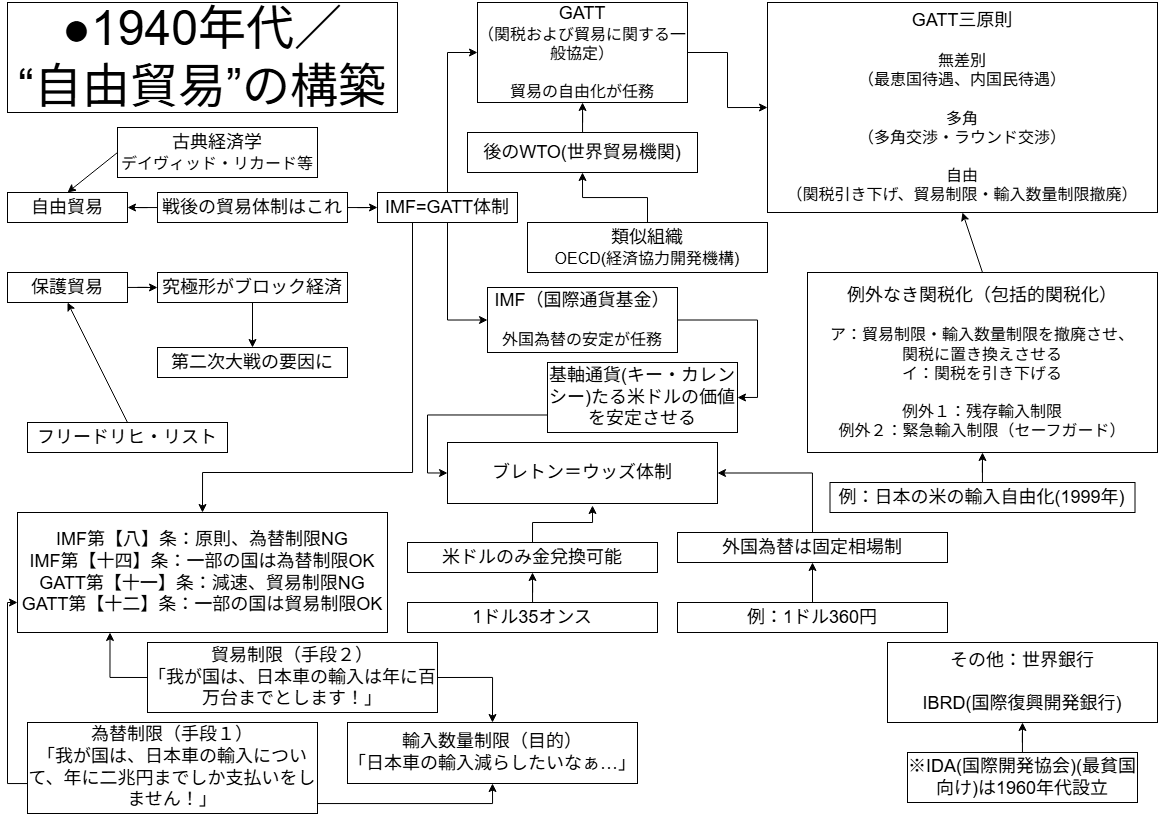
teacheramesaka/highschooleconomics keeps this draw.io diagram as media/bansyo/03_01_1940s_06.png. Above is the earlier version. Source tidied: cells renumbered, new cells last; positions are measured from the earlier drawing's top-left corner, leaving out a move shared by most shapes.
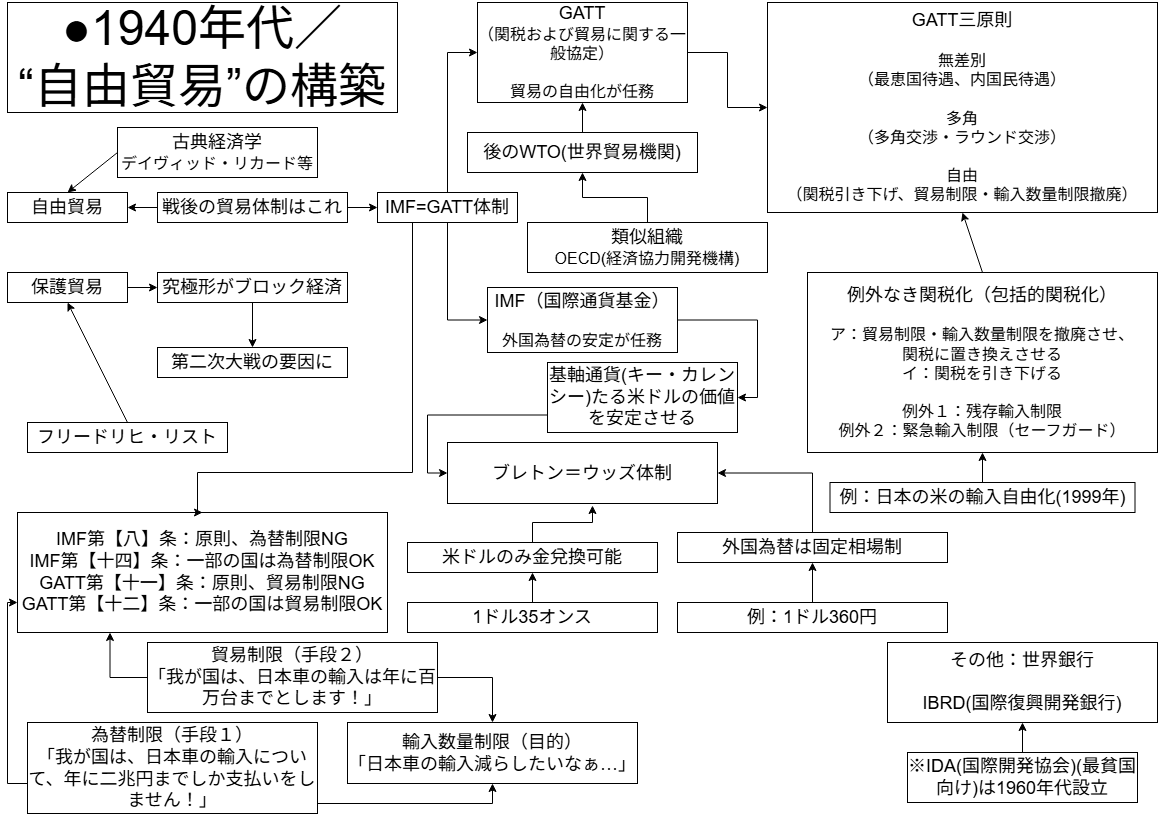
Above is the later version.

What changed in the source:
```diff
@@ -116,7 +116,7 @@
     <mxCell id="39" style="edgeStyle=orthogonalEdgeStyle;rounded=0;jettySize=auto;html=1;exitX=0.5;exitY=0;exitDx=0;exitDy=0;entryX=0.537;entryY=1.033;entryDx=0;entryDy=0;entryPerimeter=0;" parent="1" edge="1" source="32" target="29">
       <mxGeometry relative="1" as="geometry" />
     </mxCell>
-    <mxCell id="40" value="&lt;div&gt;&lt;span style=&quot;font-size: 18px;&quot;&gt;IMF第【八】条：原則、為替制限NG&lt;/span&gt;&lt;/div&gt;&lt;div&gt;&lt;span style=&quot;font-size: 18px;&quot;&gt;IMF第【十四】条：一部の国は為替制限OK&lt;/span&gt;&lt;/div&gt;&lt;div&gt;&lt;span style=&quot;font-size: 18px;&quot;&gt;GATT第【十一】条：減速、貿易制限NG&lt;/span&gt;&lt;/div&gt;&lt;div&gt;&lt;span style=&quot;font-size: 18px;&quot;&gt;GATT第【十二】条：一部の国は貿易制限OK&lt;/span&gt;&lt;/div&gt;" style="rounded=0;whiteSpace=wrap;html=1;" parent="1" vertex="1">
+    <mxCell id="40" value="&lt;div&gt;&lt;span style=&quot;font-size: 18px;&quot;&gt;IMF第【八】条：原則、為替制限NG&lt;/span&gt;&lt;/div&gt;&lt;div&gt;&lt;span style=&quot;font-size: 18px;&quot;&gt;IMF第【十四】条：一部の国は為替制限OK&lt;/span&gt;&lt;/div&gt;&lt;div&gt;&lt;span style=&quot;font-size: 18px;&quot;&gt;GATT第【十一】条：原則、貿易制限NG&lt;/span&gt;&lt;/div&gt;&lt;div&gt;&lt;span style=&quot;font-size: 18px;&quot;&gt;GATT第【十二】条：一部の国は貿易制限OK&lt;/span&gt;&lt;/div&gt;" style="rounded=0;whiteSpace=wrap;html=1;" parent="1" vertex="1">
       <mxGeometry x="10" y="510" width="370" height="120" as="geometry" />
     </mxCell>
     <mxCell id="41" style="edgeStyle=orthogonalEdgeStyle;rounded=0;jettySize=auto;html=1;exitX=1;exitY=0.5;exitDx=0;exitDy=0;entryX=0.5;entryY=0;entryDx=0;entryDy=0;" parent="1" edge="1" source="43" target="47">
@@ -172,7 +172,8 @@
       <mxGeometry relative="1" as="geometry">
         <Array as="points">
           <mxPoint x="405" y="470" />
-          <mxPoint x="195" y="470" />
+          <mxPoint x="190" y="470" />
+          <mxPoint x="190" y="510" />
         </Array>
       </mxGeometry>
     </mxCell>
```
